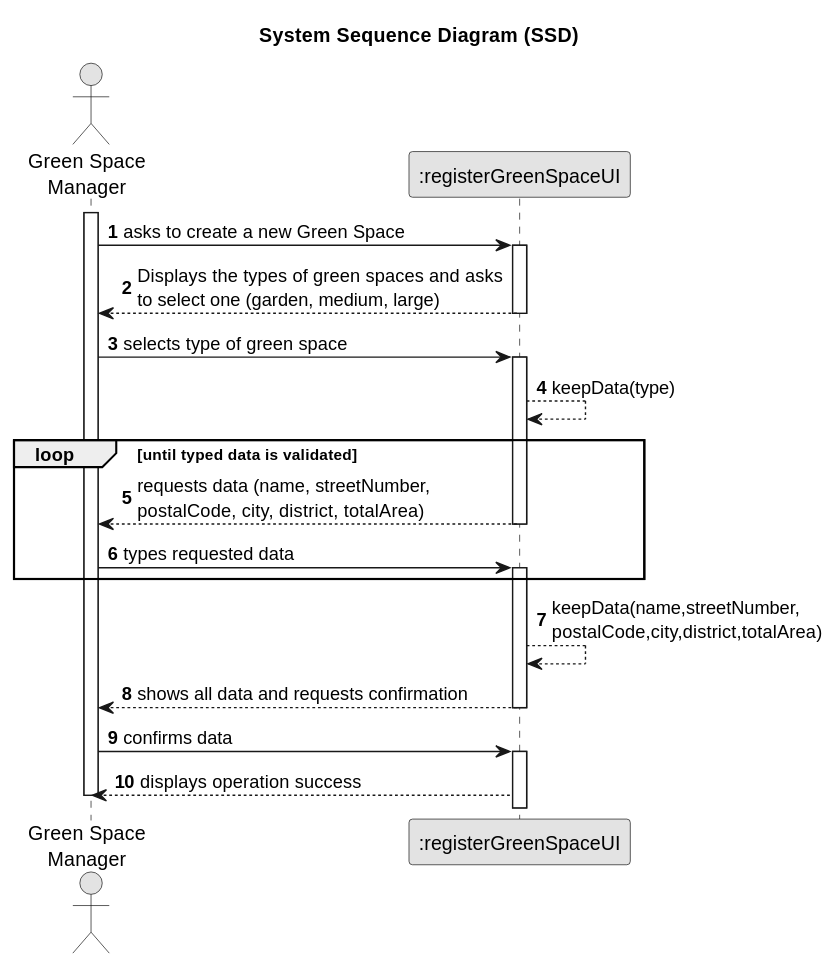
Earlier version of the PlantUML export docs/sprintC/us020/01.requirements-engineering/svg/us020-system-sequence-diagram.svg (Rui-San/LAPR2_2023_2024).
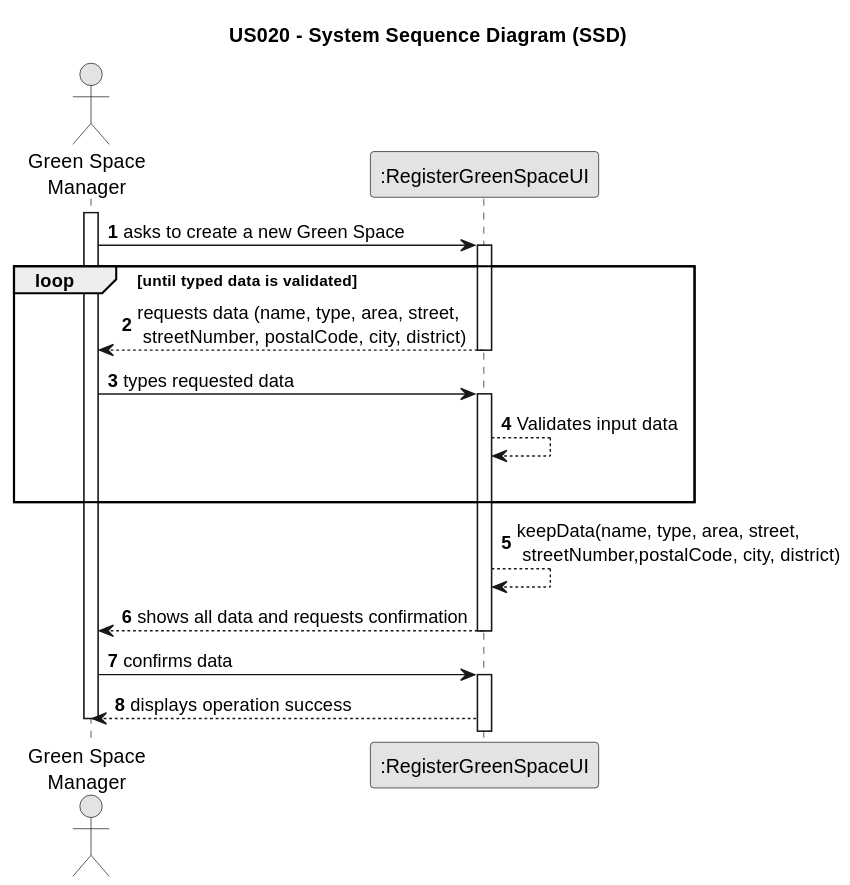
Later version of the same file.

Commit message:
US20: Updated Class Diagram with new methods and Folders + Fixed System Sequence Diagram with validation

Diff of the diagram source:
```diff
@@ -3,32 +3,31 @@
 skinparam packageStyle rectangle
 skinparam shadowing false
 
-title System Sequence Diagram (SSD)
+title US020 - System Sequence Diagram (SSD)
 
 autonumber
 
 actor "Green Space\nManager" as GSM
-participant ":registerGreenSpaceUI" as UI
+participant ":RegisterGreenSpaceUI" as UI
 
 activate GSM
 
     GSM -> UI : asks to create a new Green Space
     activate UI
 
-        UI --> GSM : Displays the types of green spaces and asks\nto select one (garden, medium, large)
-    deactivate UI
 
-    GSM -> UI : selects type of green space
-    activate UI
-        UI --> UI : keepData(type)
+
 loop until typed data is validated
-        UI --> GSM : requests data (name, streetNumber,\npostalCode, city, district, totalArea)
+        UI --> GSM : requests data (name, type, area, street,\n streetNumber, postalCode, city, district)
     deactivate UI
 
     GSM -> UI : types requested data
+
     activate UI
+    UI --> UI: Validates input data
+    |||
 end loop
-        UI --> UI : keepData(name,streetNumber,\npostalCode,city,district,totalArea)
+        UI --> UI : keepData(name, type, area, street,\n streetNumber,postalCode, city, district)
         UI --> GSM : shows all data and requests confirmation
     deactivate UI
 
```
